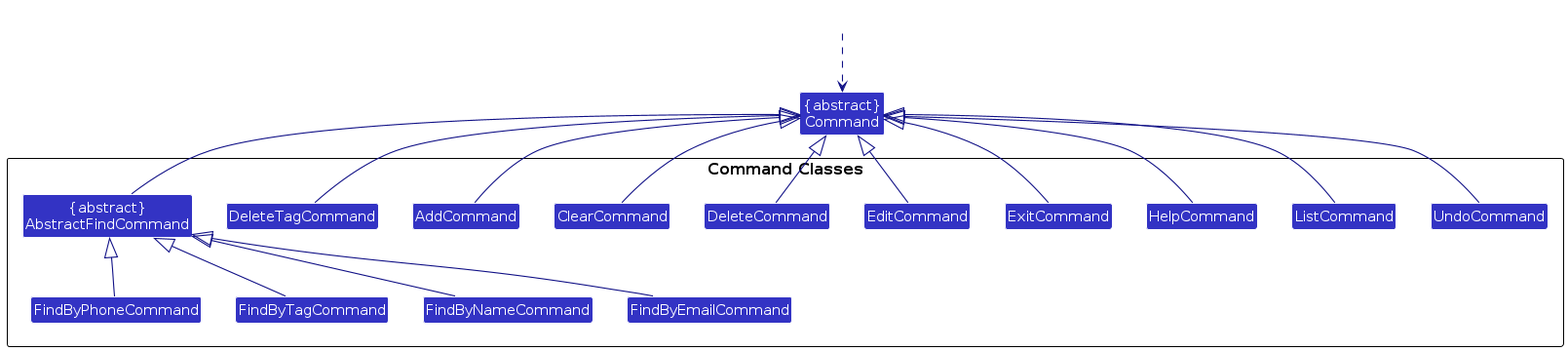
Earlier version of the PlantUML export diagrams/CommandClasses.png (AY2425S1-CS2103T-F14a-4/tp). Its source is kept beside it as diagrams/CommandClasses.puml.
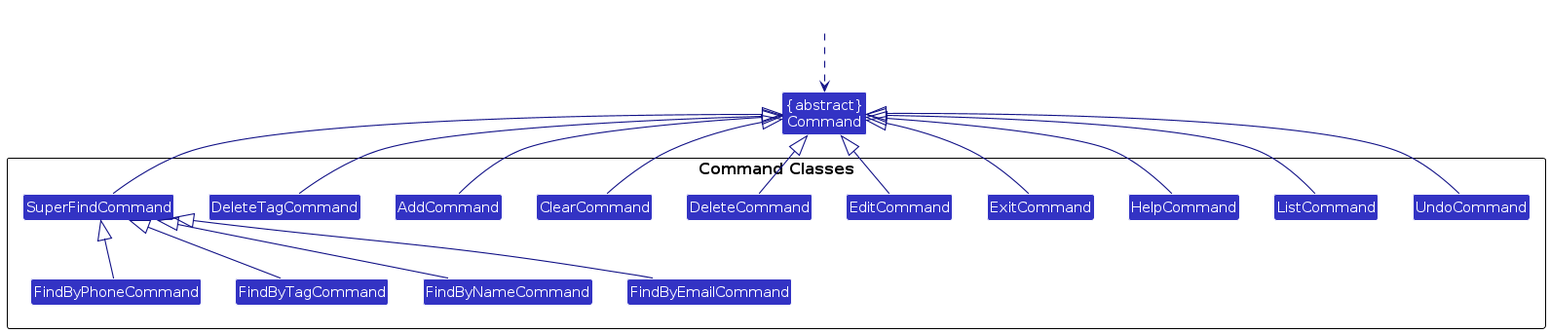
The same diagram one commit later.

Change to the diagram source:
```diff
@@ -9,7 +9,7 @@
 
 package "Command Classes" as CommandClasses {
     together {
-        Class "{abstract}\nAbstractFindCommand" as AFC
+        Class "SuperFindCommand" as AFC
         Class "AddCommand" as AC
         Class "ClearCommand" as CC
         Class "DeleteCommand" as DC
```
